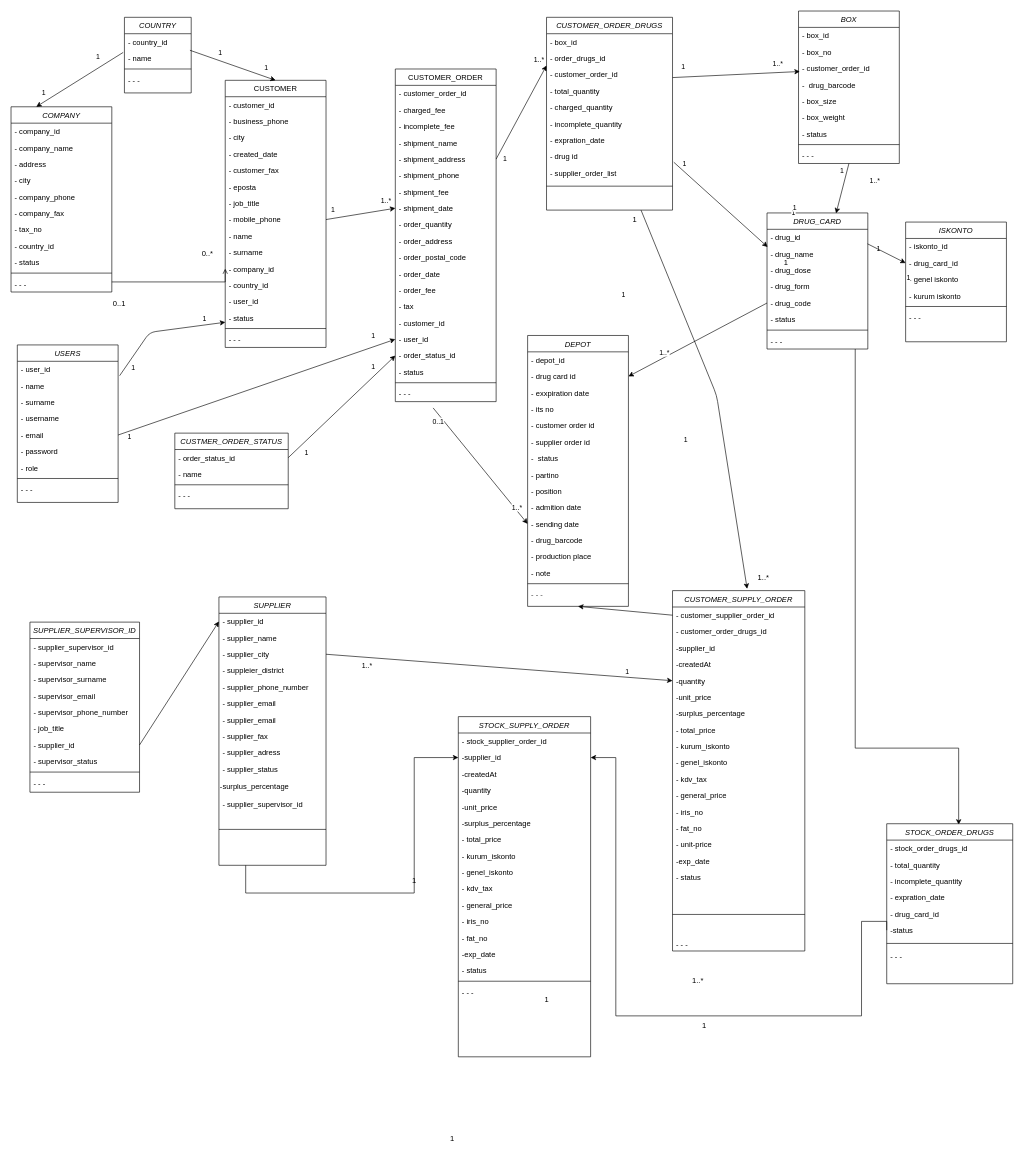
Above: Untitled Diagram.drawio in viaonur/son (draw.io), before the change. Source tidied: cells renumbered, new cells numbered last; positions are measured from the earlier drawing's top-left corner, leaving out a move shared by most shapes. Both pictures are drawn from the tidied source at 63%, with x=0, y=0 at pixel (11, 11).
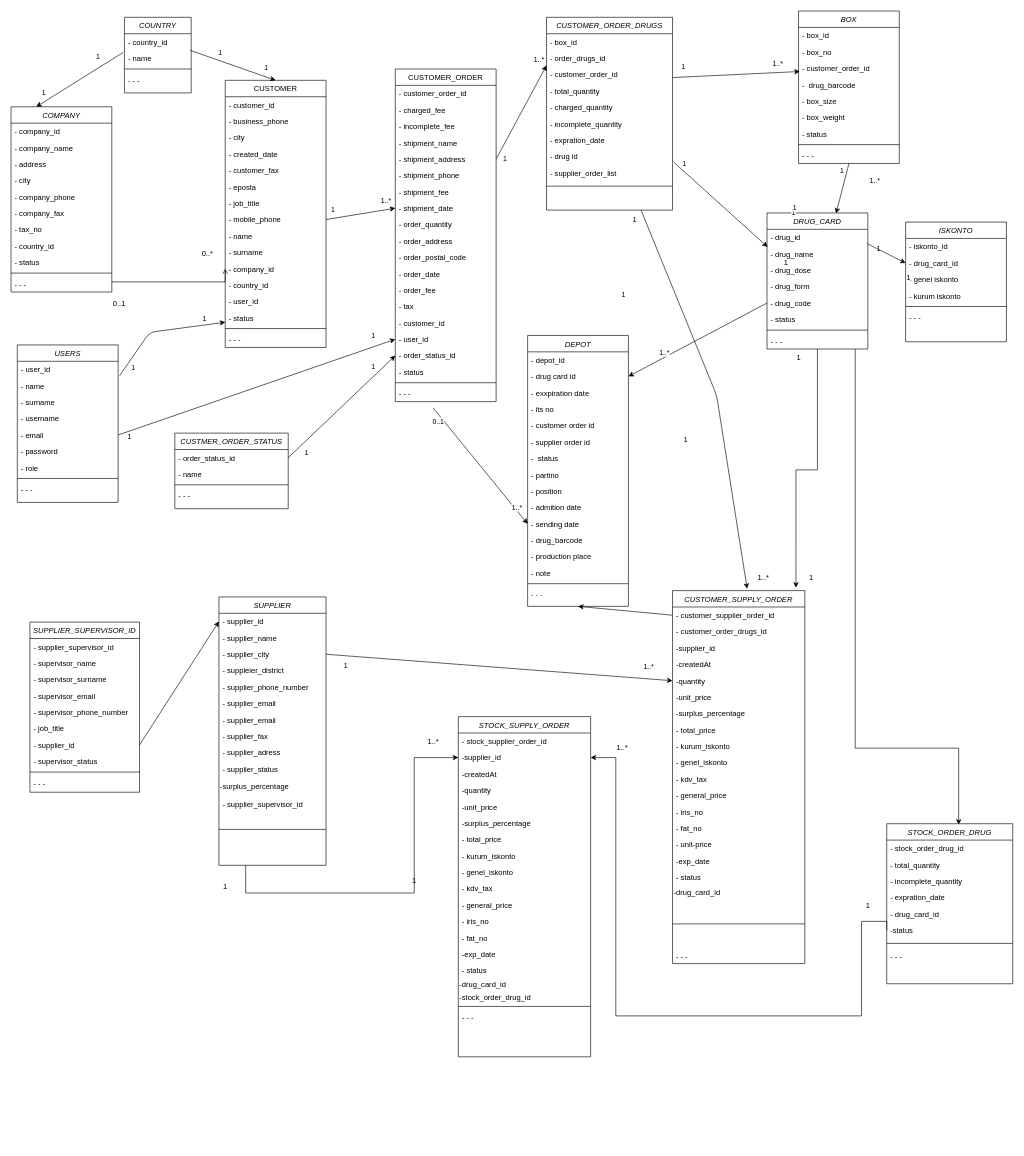
The same diagram, later.

Unchanged cells that the change refers to:
```xml
<mxCell id="108" style="endArrow=classic;html=1;entryX=0;entryY=0.5;entryDx=0;entryDy=0;exitX=1;exitY=0.5;exitDx=0;exitDy=0;" parent="1" edge="1" source="124" target="93">
  <mxGeometry relative="1" as="geometry" />
</mxCell>
<mxCell id="147" value="DRUG_CARD" style="swimlane;fontStyle=2;align=center;verticalAlign=top;horizontal=1;startSize=26;rounded=0;shadow=0;strokeWidth=1;" parent="1" vertex="1">
  <mxGeometry x="1200" y="320.5" width="160" height="216" as="geometry" />
</mxCell>
<mxCell id="221" value="STOCK_SUPPLY_ORDER" style="swimlane;fontStyle=2;align=center;verticalAlign=top;horizontal=1;startSize=26;rounded=0;shadow=0;strokeWidth=1;" parent="1" vertex="1">
  <mxGeometry x="710" y="1120" width="210" height="540" as="geometry" />
</mxCell>
```

Diff of the diagram source:
```diff
@@
     <mxCell id="88" value="CUSTOMER_SUPPLY_ORDER" style="swimlane;fontStyle=2;align=center;verticalAlign=top;horizontal=1;startSize=26;rounded=0;shadow=0;strokeWidth=1;" parent="1" vertex="1">
-      <mxGeometry x="1050" y="920" width="210" height="572" as="geometry" />
+      <mxGeometry x="1050" y="920" width="210" height="592" as="geometry" />
     </mxCell>
@@
     <mxCell id="105" value="- status" style="text;align=left;verticalAlign=top;spacingLeft=4;spacingRight=4;overflow=hidden;" parent="88" vertex="1">
-      <mxGeometry y="442" width="210" height="38" as="geometry" />
+      <mxGeometry y="442" width="210" height="28" as="geometry" />
     </mxCell>
+    <mxCell id="259" value="-drug_card_id" style="text;html=1;align=left;verticalAlign=middle;" parent="88" vertex="1">
+      <mxGeometry y="470" width="210" height="20" as="geometry" />
+    </mxCell>
     <mxCell id="106" style="line;html=1;strokeWidth=1;align=left;verticalAlign=middle;spacingTop=-1;spacingLeft=3;spacingRight=3;labelPosition=right;" parent="88" vertex="1">
-      <mxGeometry y="480" width="210" height="68" as="geometry" />
+      <mxGeometry y="490" width="210" height="78" as="geometry" />
     </mxCell>
     <mxCell id="107" value="- - -" style="text;align=left;verticalAlign=top;spacingLeft=4;spacingRight=4;overflow=hidden;" parent="88" vertex="1">
-      <mxGeometry y="548" width="210" height="24" as="geometry" />
+      <mxGeometry y="568" width="210" height="24" as="geometry" />
     </mxCell>
@@
     <mxCell id="109" value="1..*" style="edgeLabel;html=1;align=center;verticalAlign=middle;" parent="108" vertex="1">
       <mxGeometry x="-0.78" relative="1" as="geometry">
-        <mxPoint x="4" y="13" as="offset" />
+        <mxPoint x="450.2" y="14.4" as="offset" />
       </mxGeometry>
     </mxCell>
     <mxCell id="110" value="1" style="edgeLabel;html=1;align=center;verticalAlign=middle;" parent="108" vertex="1">
       <mxGeometry x="0.75" y="1" relative="1" as="geometry">
-        <mxPoint x="-4" y="-8" as="offset" />
+        <mxPoint x="-451.5" y="-16.8" as="offset" />
       </mxGeometry>
     </mxCell>
@@
+    <mxCell id="260" style="edgeStyle=orthogonalEdgeStyle;rounded=0;jettySize=auto;html=1;entryX=0.933;entryY=-0.008;entryDx=0;entryDy=0;entryPerimeter=0;" parent="1" edge="1" source="147" target="88">
+      <mxGeometry relative="1" as="geometry" />
+    </mxCell>
@@
+    <mxCell id="261" value="-drug_card_id" style="text;html=1;align=left;verticalAlign=middle;" parent="221" vertex="1">
+      <mxGeometry y="416" width="210" height="20" as="geometry" />
+    </mxCell>
+    <mxCell id="262" value="-stock_order_drug_id" style="text;html=1;align=left;verticalAlign=middle;" parent="221" vertex="1">
+      <mxGeometry y="436" width="210" height="20" as="geometry" />
+    </mxCell>
     <mxCell id="237" style="line;html=1;strokeWidth=1;align=left;verticalAlign=middle;spacingTop=-1;spacingLeft=3;spacingRight=3;labelPosition=right;" parent="221" vertex="1">
-      <mxGeometry y="416" width="210" height="8" as="geometry" />
+      <mxGeometry y="456" width="210" height="8" as="geometry" />
     </mxCell>
     <mxCell id="238" value="- - -" style="text;align=left;verticalAlign=top;spacingLeft=4;spacingRight=4;overflow=hidden;" parent="221" vertex="1">
-      <mxGeometry y="424" width="210" height="56" as="geometry" />
+      <mxGeometry y="464" width="210" height="56" as="geometry" />
     </mxCell>
-    <mxCell id="239" value="STOCK_ORDER_DRUGS" style="swimlane;fontStyle=2;align=center;verticalAlign=top;horizontal=1;startSize=26;rounded=0;shadow=0;strokeWidth=1;" parent="1" vertex="1">
+    <mxCell id="239" value="STOCK_ORDER_DRUG" style="swimlane;fontStyle=2;align=center;verticalAlign=top;horizontal=1;startSize=26;rounded=0;shadow=0;strokeWidth=1;" parent="1" vertex="1">
       <mxGeometry x="1390" y="1290" width="200" height="254" as="geometry" />
     </mxCell>
-    <mxCell id="240" value="- stock_order_drugs_id" style="text;align=left;verticalAlign=top;spacingLeft=4;spacingRight=4;overflow=hidden;" parent="239" vertex="1">
+    <mxCell id="240" value="- stock_order_drug_id" style="text;align=left;verticalAlign=top;spacingLeft=4;spacingRight=4;overflow=hidden;" parent="239" vertex="1">
       <mxGeometry y="26" width="200" height="26" as="geometry" />
     </mxCell>
@@
-    <mxCell id="251" value="1" style="text;html=1;align=center;verticalAlign=middle;" parent="1" vertex="1">
-      <mxGeometry x="840" y="1560" width="20" height="20" as="geometry" />
-    </mxCell>
-    <mxCell id="252" value="1..*" style="text;html=1;align=center;verticalAlign=middle;" parent="1" vertex="1">
-      <mxGeometry x="1075" y="1530" width="30" height="20" as="geometry" />
-    </mxCell>
@@
     <mxCell id="254" value="1" style="text;html=1;align=center;verticalAlign=middle;" parent="1" vertex="1">
-      <mxGeometry x="1090" y="1600" width="20" height="20" as="geometry" />
+      <mxGeometry x="1350" y="1410" width="20" height="20" as="geometry" />
     </mxCell>
@@
-    <mxCell id="256" value="1" style="text;html=1;align=center;verticalAlign=middle;" parent="1" vertex="1">
-      <mxGeometry x="690" y="1780" width="20" height="20" as="geometry" />
-    </mxCell>
@@
+    <mxCell id="263" value="1" style="text;html=1;align=center;verticalAlign=middle;" parent="1" vertex="1">
+      <mxGeometry x="1240" y="540" width="20" height="20" as="geometry" />
+    </mxCell>
+    <mxCell id="264" value="1" style="text;html=1;align=center;verticalAlign=middle;" parent="1" vertex="1">
+      <mxGeometry x="1260" y="890" width="20" height="20" as="geometry" />
+    </mxCell>
+    <mxCell id="265" value="1..*" style="text;html=1;align=center;verticalAlign=middle;" parent="1" vertex="1">
+      <mxGeometry x="955" y="1160" width="30" height="20" as="geometry" />
+    </mxCell>
+    <mxCell id="266" value="1" style="text;html=1;align=center;verticalAlign=middle;" parent="1" vertex="1">
+      <mxGeometry x="330" y="1380" width="20" height="20" as="geometry" />
+    </mxCell>
+    <mxCell id="267" value="1..*" style="text;html=1;align=center;verticalAlign=middle;" parent="1" vertex="1">
+      <mxGeometry x="655" y="1150" width="30" height="20" as="geometry" />
+    </mxCell>
```
